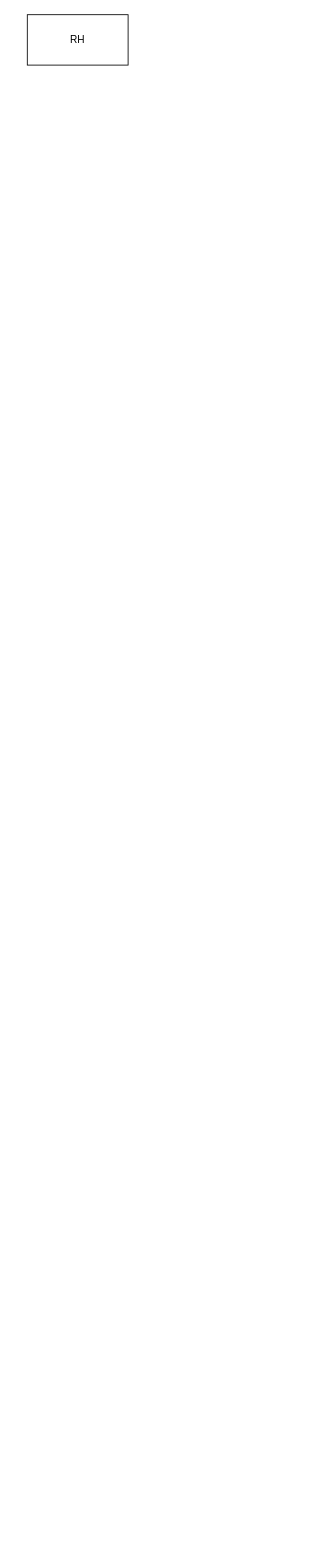
Before: Untitled Diagram.drawio in anthonyrct/Sistema-de-Gestao-de-RH, a draw.io diagram. Source tidied: cells renumbered, new cells numbered last; positions are measured from the earlier drawing's top-left corner, leaving out a move shared by most shapes. Both pictures are drawn from the tidied source at 84%, with x=0, y=0 at pixel (27, 14).
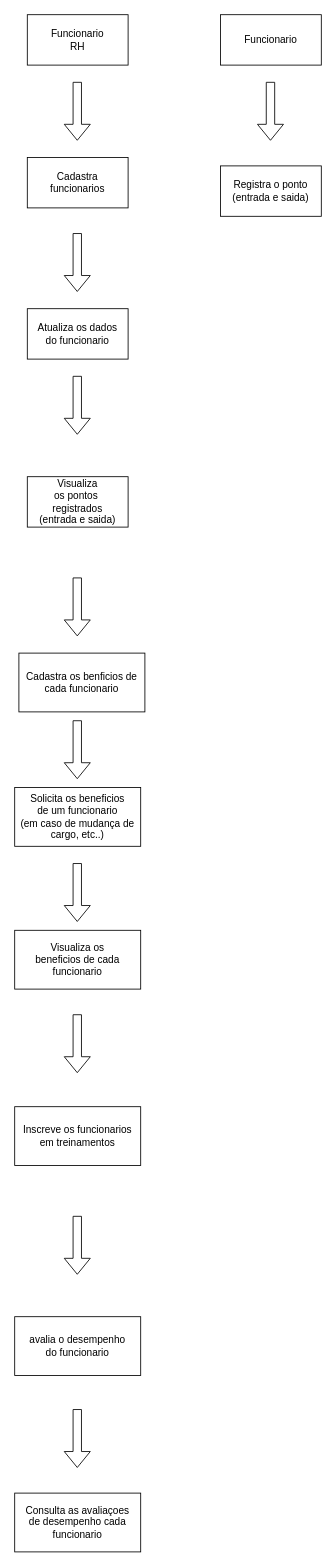
Above is the later version.

Commit message:
diagrama de uso RH(03.10.24)

What changed in the source:
```diff
@@
-    <mxCell id="3" value="&lt;div&gt;RH&lt;/div&gt;" style="text;html=1;align=center;verticalAlign=middle;whiteSpace=wrap;rounded=0;" parent="1" vertex="1">
+    <mxCell id="3" value="&lt;div&gt;Funcionario&lt;/div&gt;&lt;div&gt;RH&lt;br&gt;&lt;/div&gt;" style="text;html=1;align=center;verticalAlign=middle;whiteSpace=wrap;rounded=0;" parent="1" vertex="1">
       <mxGeometry x="30" y="15" width="60" height="30" as="geometry" />
     </mxCell>
+    <mxCell id="4" style="shape=flexArrow;endArrow=classic;html=1;rounded=0;" parent="1" edge="1">
+      <mxGeometry relative="1" as="geometry">
+        <mxPoint x="59.5" y="80" as="sourcePoint" />
+        <mxPoint x="59.5" y="150" as="targetPoint" />
+      </mxGeometry>
+    </mxCell>
+    <mxCell id="5" value="&lt;div&gt;Cadastra&lt;/div&gt;&lt;div&gt;funcionarios&lt;br&gt;&lt;/div&gt;" style="rounded=0;whiteSpace=wrap;html=1;" parent="1" vertex="1">
+      <mxGeometry y="170" width="120" height="60" as="geometry" />
+    </mxCell>
+    <mxCell id="6" value="&lt;div&gt;Atualiza os dados&lt;/div&gt;&lt;div&gt;do funcionario&lt;br&gt;&lt;/div&gt;" style="rounded=0;whiteSpace=wrap;html=1;" parent="1" vertex="1">
+      <mxGeometry y="350" width="120" height="60" as="geometry" />
+    </mxCell>
+    <mxCell id="7" style="shape=flexArrow;endArrow=classic;html=1;rounded=0;" parent="1" edge="1">
+      <mxGeometry relative="1" as="geometry">
+        <mxPoint x="59.5" y="260" as="sourcePoint" />
+        <mxPoint x="59.5" y="330" as="targetPoint" />
+      </mxGeometry>
+    </mxCell>
+    <mxCell id="8" style="shape=flexArrow;endArrow=classic;html=1;rounded=0;" parent="1" edge="1">
+      <mxGeometry relative="1" as="geometry">
+        <mxPoint x="59.5" y="430" as="sourcePoint" />
+        <mxPoint x="59.5" y="500" as="targetPoint" />
+      </mxGeometry>
+    </mxCell>
+    <mxCell id="9" value="Visualiza&lt;br&gt;&lt;div&gt;os pontos&amp;nbsp;&lt;/div&gt;&lt;div&gt;registrados&lt;br&gt;&lt;/div&gt;&lt;div&gt;(entrada e saida)&lt;br&gt;&lt;/div&gt;" style="rounded=0;whiteSpace=wrap;html=1;" parent="1" vertex="1">
+      <mxGeometry y="550" width="120" height="60" as="geometry" />
+    </mxCell>
+    <mxCell id="10" style="shape=flexArrow;endArrow=classic;html=1;rounded=0;" parent="1" edge="1">
+      <mxGeometry relative="1" as="geometry">
+        <mxPoint x="59.5" y="670" as="sourcePoint" />
+        <mxPoint x="59.5" y="740" as="targetPoint" />
+      </mxGeometry>
+    </mxCell>
+    <mxCell id="11" value="&lt;div&gt;Solicita os beneficios&lt;/div&gt;&lt;div&gt;de um funcionario&lt;/div&gt;&lt;div&gt;(em caso de mudança de cargo, etc..)&lt;br&gt;&lt;/div&gt;" style="rounded=0;whiteSpace=wrap;html=1;" parent="1" vertex="1">
+      <mxGeometry x="-15" y="920" width="150" height="70" as="geometry" />
+    </mxCell>
+    <mxCell id="12" style="shape=flexArrow;endArrow=classic;html=1;rounded=0;" parent="1" edge="1">
+      <mxGeometry relative="1" as="geometry">
+        <mxPoint x="59.5" y="1010" as="sourcePoint" />
+        <mxPoint x="59.5" y="1080" as="targetPoint" />
+      </mxGeometry>
+    </mxCell>
+    <mxCell id="13" value="&lt;div&gt;Visualiza os&lt;/div&gt;&lt;div&gt;beneficios de cada&lt;/div&gt;&lt;div&gt;funcionario&lt;br&gt;&lt;/div&gt;" style="rounded=0;whiteSpace=wrap;html=1;" parent="1" vertex="1">
+      <mxGeometry x="-15" y="1090" width="150" height="70" as="geometry" />
+    </mxCell>
+    <mxCell id="14" style="shape=flexArrow;endArrow=classic;html=1;rounded=0;" parent="1" edge="1">
+      <mxGeometry relative="1" as="geometry">
+        <mxPoint x="59.5" y="1190" as="sourcePoint" />
+        <mxPoint x="59.5" y="1260" as="targetPoint" />
+      </mxGeometry>
+    </mxCell>
+    <mxCell id="15" value="&lt;div&gt;Inscreve os funcionarios&lt;/div&gt;&lt;div&gt;em treinamentos&lt;br&gt;&lt;/div&gt;" style="rounded=0;whiteSpace=wrap;html=1;" parent="1" vertex="1">
+      <mxGeometry x="-15" y="1300" width="150" height="70" as="geometry" />
+    </mxCell>
+    <mxCell id="16" style="shape=flexArrow;endArrow=classic;html=1;rounded=0;" parent="1" edge="1">
+      <mxGeometry relative="1" as="geometry">
+        <mxPoint x="59.5" y="1430" as="sourcePoint" />
+        <mxPoint x="59.5" y="1500" as="targetPoint" />
+      </mxGeometry>
+    </mxCell>
+    <mxCell id="17" value="&lt;div&gt;avalia o desempenho&lt;/div&gt;&lt;div&gt;do funcionario&lt;br&gt;&lt;/div&gt;" style="rounded=0;whiteSpace=wrap;html=1;" parent="1" vertex="1">
+      <mxGeometry x="-15" y="1550" width="150" height="70" as="geometry" />
+    </mxCell>
+    <mxCell id="18" style="shape=flexArrow;endArrow=classic;html=1;rounded=0;" parent="1" edge="1">
+      <mxGeometry relative="1" as="geometry">
+        <mxPoint x="59.5" y="1660" as="sourcePoint" />
+        <mxPoint x="59.5" y="1730" as="targetPoint" />
+      </mxGeometry>
+    </mxCell>
+    <mxCell id="19" value="&lt;div&gt;Consulta as avaliaçoes&lt;/div&gt;&lt;div&gt;de desempenho cada funcionario&lt;br&gt;&lt;/div&gt;" style="rounded=0;whiteSpace=wrap;html=1;" parent="1" vertex="1">
+      <mxGeometry x="-15" y="1760" width="150" height="70" as="geometry" />
+    </mxCell>
+    <mxCell id="20" value="Funcionario" style="rounded=0;whiteSpace=wrap;html=1;" parent="1" vertex="1">
+      <mxGeometry x="230" width="120" height="60" as="geometry" />
+    </mxCell>
+    <mxCell id="21" style="shape=flexArrow;endArrow=classic;html=1;rounded=0;" parent="1" edge="1">
+      <mxGeometry relative="1" as="geometry">
+        <mxPoint x="289.5" y="80" as="sourcePoint" />
+        <mxPoint x="289.5" y="150" as="targetPoint" />
+      </mxGeometry>
+    </mxCell>
+    <mxCell id="22" value="&lt;div&gt;Registra o ponto&lt;/div&gt;(entrada e saida)" style="rounded=0;whiteSpace=wrap;html=1;" parent="1" vertex="1">
+      <mxGeometry x="230" y="180" width="120" height="60" as="geometry" />
+    </mxCell>
+    <mxCell id="23" value="Cadastra os benficios de cada funcionario" style="rounded=0;whiteSpace=wrap;html=1;" parent="1" vertex="1">
+      <mxGeometry x="-10" y="760" width="150" height="70" as="geometry" />
+    </mxCell>
+    <mxCell id="24" style="shape=flexArrow;endArrow=classic;html=1;rounded=0;" parent="1" edge="1">
+      <mxGeometry relative="1" as="geometry">
+        <mxPoint x="59.5" y="840" as="sourcePoint" />
+        <mxPoint x="59.5" y="910" as="targetPoint" />
+      </mxGeometry>
+    </mxCell>
```
